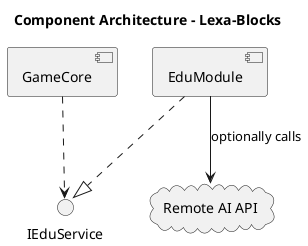
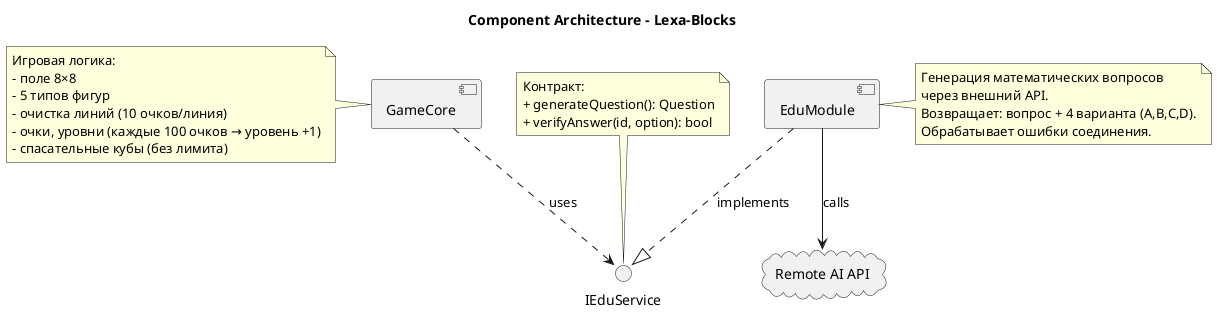
@startuml
title Component Architecture - Lexa-Blocks

- component "GameCore" as GC
- component "EduModule" as EM
- interface "IEduService" as IEdu
+ component GameCore
+ component EduModule
+ interface IEduService

- GC ..> IEdu
- EM ..|> IEdu
+ GameCore ..> IEduService : uses
+ EduModule ..|> IEduService : implements

- cloud "Remote AI API" as Remote
- EM --> Remote : optionally calls
+ cloud "Remote AI API" as RemoteAPI
+ EduModule --> RemoteAPI : calls
+ 
+ note left of GameCore
+     Игровая логика:
+     - поле 8×8
+     - 5 типов фигур
+     - очистка линий (10 очков/линия)
+     - очки, уровни (каждые 100 очков → уровень +1)
+     - спасательные кубы (без лимита)
+ end note
+ 
+ note right of EduModule
+     Генерация математических вопросов
+     через внешний API.
+     Возвращает: вопрос + 4 варианта (A,B,C,D).
+     Обрабатывает ошибки соединения.
+ end note
+ 
+ note top of IEduService
+     Контракт:
+     + generateQuestion(): Question
+     + verifyAnswer(id, option): bool
+ end note

@enduml
